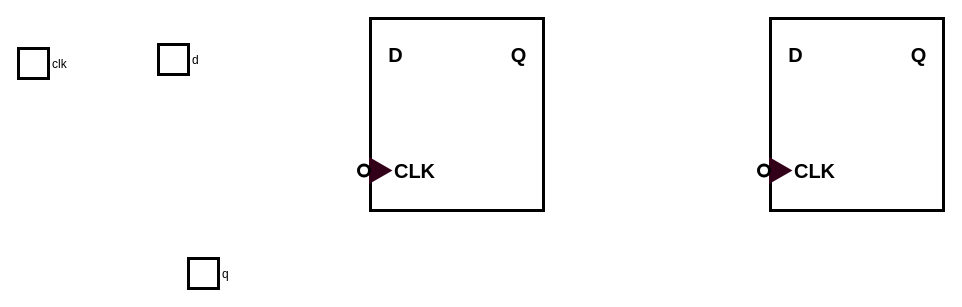
T-Maharshi-Sanand-Yadav/draw.io keeps this draw.io diagram as FF-FF.drawio. Above is the earlier version. Source tidied: cells renumbered, new cells numbered last; positions are measured from the earlier drawing's top-left corner, leaving out a move shared by most shapes. Both pictures are drawn from the tidied source at 100%, with x=0, y=0 at pixel (18, 18).
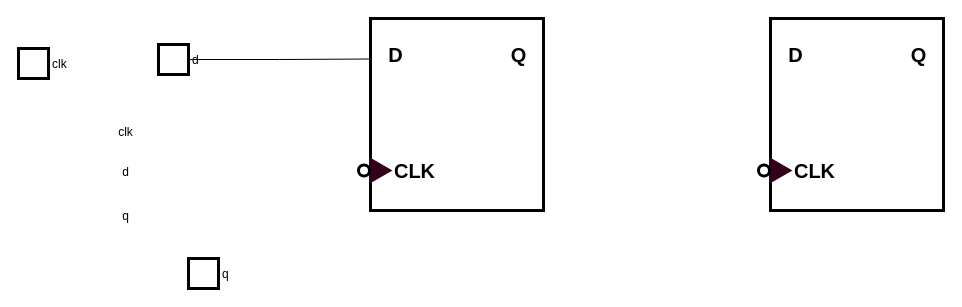
The same page after the edit.

Unchanged cells that the change refers to:
```xml
<mxCell id="2" style="rounded=0;whiteSpace=wrap;html=1;strokeWidth=3;fontSize=20;fontStyle=1;" parent="1" vertex="1">
  <mxGeometry x="352" width="173" height="192" as="geometry" />
</mxCell>
<mxCell id="15" value="d" style="fontStyle=0;labelPosition=right;verticalLabelPosition=middle;align=left;verticalAlign=middle;spacingLeft=2;strokeWidth=3;" parent="1" vertex="1">
  <mxGeometry x="140" y="26" width="30" height="30" as="geometry" />
</mxCell>
```

What changed in the source:
```diff
@@
+    <mxCell id="17" style="edgeStyle=orthogonalEdgeStyle;rounded=0;jettySize=auto;html=1;exitX=1;exitY=0.5;exitDx=0;exitDy=0;entryX=0.005;entryY=0.211;entryDx=0;entryDy=0;entryPerimeter=0;endArrow=none;endFill=0;" parent="1" edge="1" source="15" target="2">
+      <mxGeometry relative="1" as="geometry" />
+    </mxCell>
+    <mxCell id="18" value="clk" style="rounded=0;whiteSpace=wrap;html=1;strokeColor=none;" parent="1" vertex="1">
+      <mxGeometry x="74" y="96" width="67" height="35" as="geometry" />
+    </mxCell>
+    <mxCell id="19" value="d" style="rounded=0;whiteSpace=wrap;html=1;strokeColor=none;" parent="1" vertex="1">
+      <mxGeometry x="74" y="136" width="67" height="35" as="geometry" />
+    </mxCell>
+    <mxCell id="20" value="q" style="rounded=0;whiteSpace=wrap;html=1;strokeColor=none;" parent="1" vertex="1">
+      <mxGeometry x="74" y="180" width="67" height="35" as="geometry" />
+    </mxCell>
```
